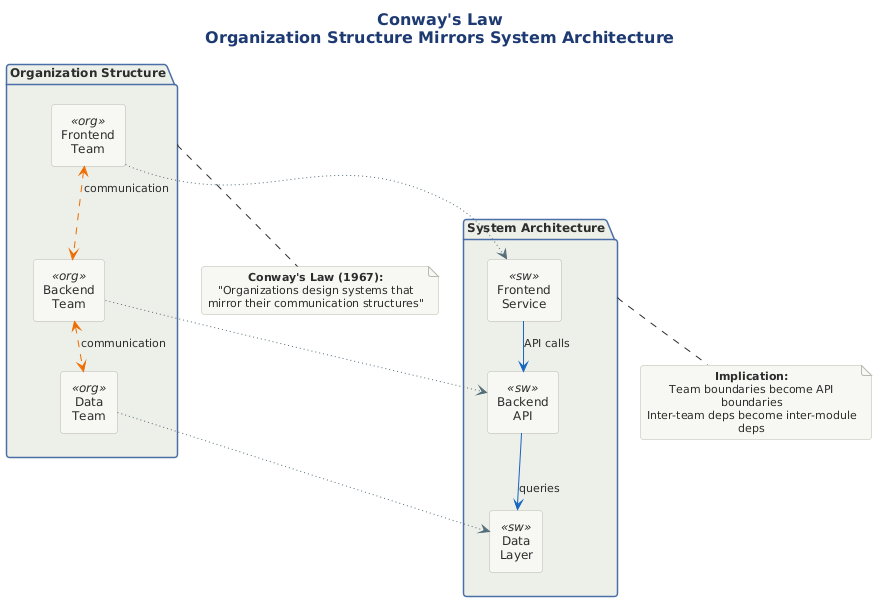
The PlantUML diagram src/architecture/views-and-beyond/style-catalogs/allocation/work-assignment-style/png/04-conways-law.png in Notoriousjayy/latex-docs, before a commit. Source of this version:
```plantuml
@startuml 04-conways-law
!include ../../../../../../tooling/styles/plantuml/structural/package-diagram-style.iuml

skinparam nodesep 25
skinparam ranksep 30

title <b>Conway's Law</b>\nOrganization Structure Mirrors System Architecture

package "Organization Structure" as org_pkg {
    rectangle "Frontend\nTeam" as fe_team <<org>>
    rectangle "Backend\nTeam" as be_team <<org>>
    rectangle "Data\nTeam" as data_team <<org>>

    fe_team <-[#EF6C00,dashed]-> be_team : communication
    be_team <-[#EF6C00,dashed]-> data_team : communication
}

package "System Architecture" as sys_pkg {
    rectangle "Frontend\nService" as fe_svc <<sw>>
    rectangle "Backend\nAPI" as be_svc <<sw>>
    rectangle "Data\nLayer" as data_svc <<sw>>

    fe_svc -[#1565C0]-> be_svc : API calls
    be_svc -[#1565C0]-> data_svc : queries
}

fe_team .[#546E7A,dotted].> fe_svc
be_team .[#546E7A,dotted].> be_svc
data_team .[#546E7A,dotted].> data_svc

note bottom of org_pkg
  <b>Conway's Law (1967):</b>
  "Organizations design systems that
  mirror their communication structures"
end note

note bottom of sys_pkg
  <b>Implication:</b>
  Team boundaries become API boundaries
  Inter-team deps become inter-module deps
end note

@enduml
```
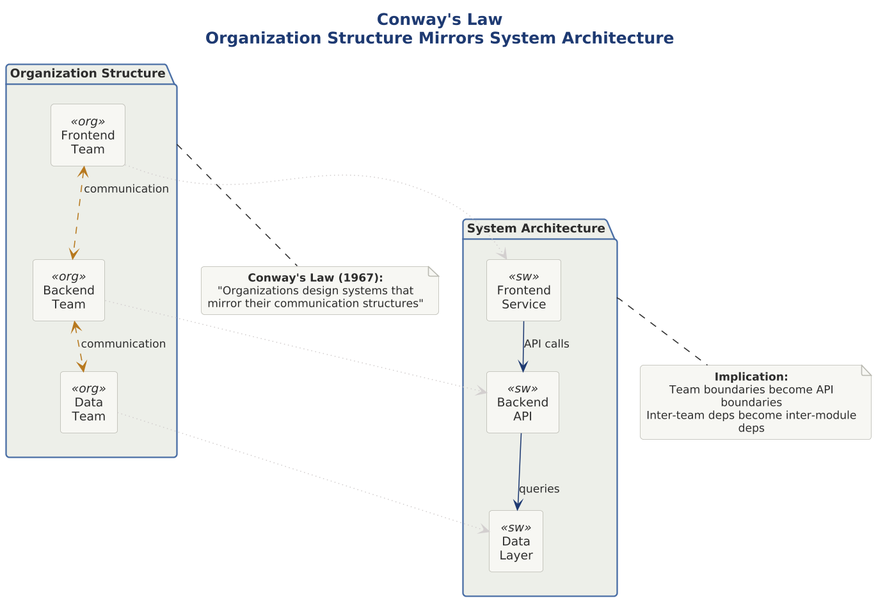
The same file after the commit.

Diff of the diagram source:
```diff
@@ -1,4 +1,9 @@
 @startuml 04-conways-law
+
+skinparam dpi 150
+
+
+
 !include ../../../../../../tooling/styles/plantuml/structural/package-diagram-style.iuml
 
 skinparam nodesep 25
@@ -11,8 +16,8 @@
     rectangle "Backend\nTeam" as be_team <<org>>
     rectangle "Data\nTeam" as data_team <<org>>
 
-    fe_team <-[#EF6C00,dashed]-> be_team : communication
-    be_team <-[#EF6C00,dashed]-> data_team : communication
+    fe_team <-[$line_caution,dashed]-> be_team : communication
+    be_team <-[$line_caution,dashed]-> data_team : communication
 }
 
 package "System Architecture" as sys_pkg {
@@ -20,13 +25,13 @@
     rectangle "Backend\nAPI" as be_svc <<sw>>
     rectangle "Data\nLayer" as data_svc <<sw>>
 
-    fe_svc -[#1565C0]-> be_svc : API calls
-    be_svc -[#1565C0]-> data_svc : queries
+    fe_svc -[$line_primary]-> be_svc : API calls
+    be_svc -[$line_primary]-> data_svc : queries
 }
 
-fe_team .[#546E7A,dotted].> fe_svc
-be_team .[#546E7A,dotted].> be_svc
-data_team .[#546E7A,dotted].> data_svc
+fe_team .[$deep_neutral,dotted].> fe_svc
+be_team .[$deep_neutral,dotted].> be_svc
+data_team .[$deep_neutral,dotted].> data_svc
 
 note bottom of org_pkg
   <b>Conway's Law (1967):</b>
```
